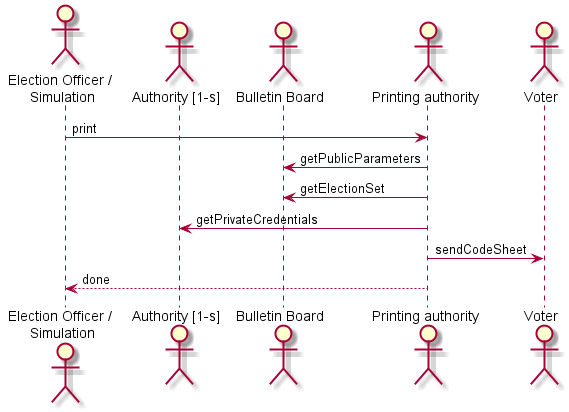
Above: doc/sequence/CodeSheets.png in republique-et-canton-de-geneve/chvote-protocol-poc (PlantUML), before the change.
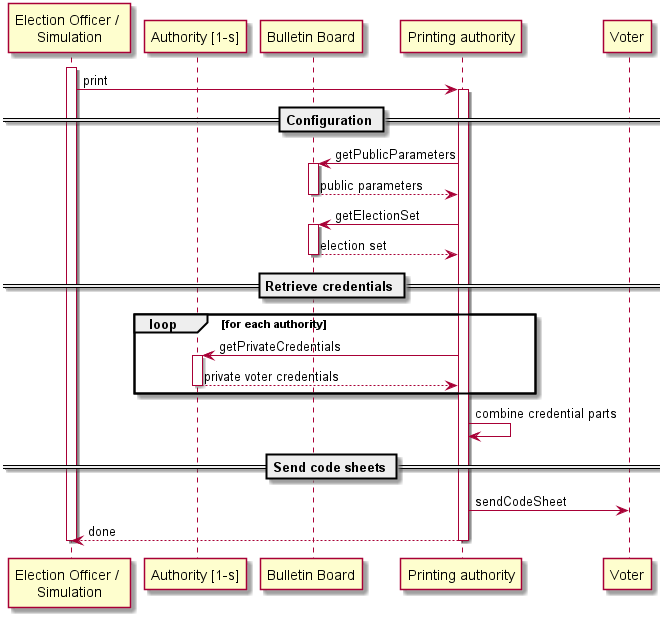
Above is the later version.

Diff of the diagram source:
```diff
@@ -1,14 +1,35 @@
 @startuml
-actor "Election Officer / \nSimulation" as eo
-actor "Authority [1-s]" as auth
-actor "Bulletin Board" as bb
-actor "Printing authority" as print
-actor "Voter" as voter
+participant "Election Officer / \nSimulation" as eo
+participant "Authority [1-s]" as auth
+participant "Bulletin Board" as bb
+participant "Printing authority" as print
+participant "Voter" as voter
+activate eo
+eo -> print : print
+activate print
+== Configuration ==
+print -> bb : getPublicParameters
+activate bb
+bb --> print : public parameters
+deactivate bb
+print -> bb : getElectionSet
+activate bb
+bb --> print : election set
 
-eo -> print : print
-print -> bb : getPublicParameters
-print -> bb : getElectionSet
-print -> auth : getPrivateCredentials
+== Retrieve credentials ==
+loop for each authority
+    deactivate bb
+    print -> auth : getPrivateCredentials
+    activate auth
+    auth --> print : private voter credentials
+    deactivate auth
+end
+
+print -> print : combine credential parts
+
+== Send code sheets ==
 print -> voter : sendCodeSheet
 print --> eo : done
+deactivate print
+deactivate eo
 @enduml
```
